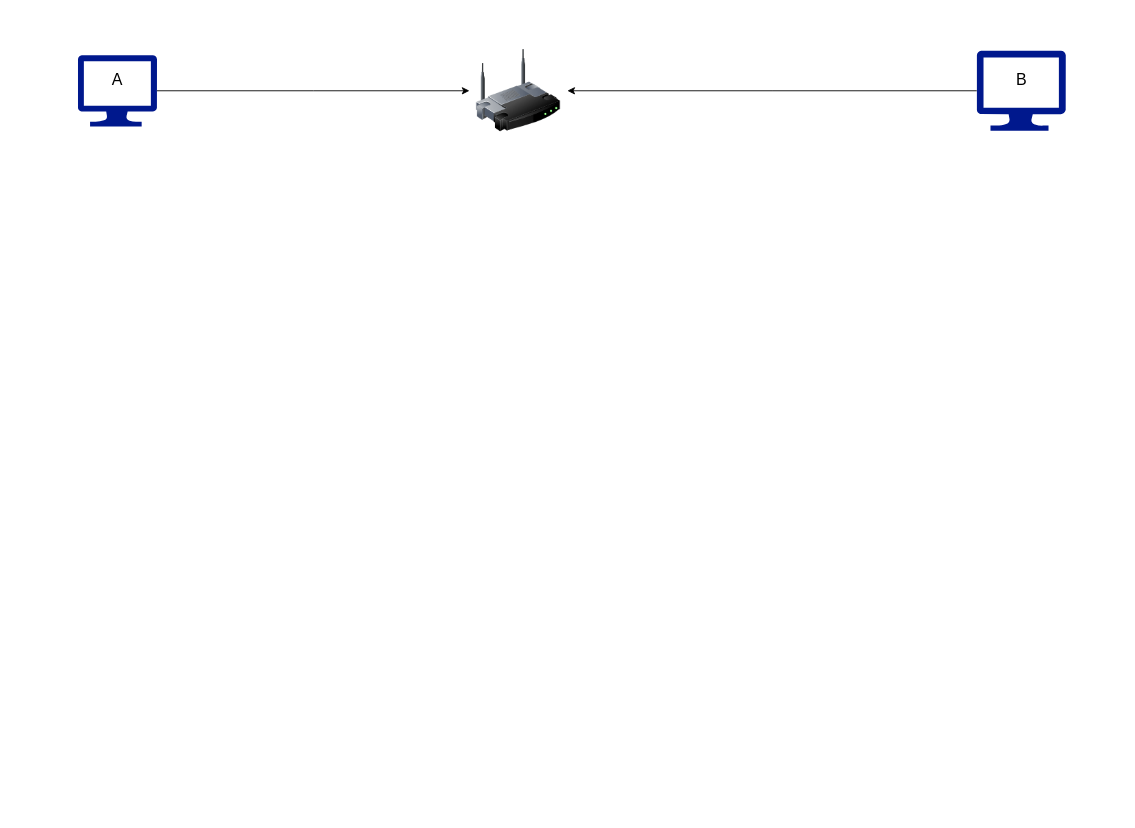
Earlier version of the draw.io diagram 计算机网络04.drawio (mogullzr/DrawPublic). Source tidied: cells renumbered, new cells numbered last; positions are measured from the earlier drawing's top-left corner, leaving out a move shared by most shapes. Both pictures are drawn from the tidied source at 89%, with x=0, y=0 at pixel (77, 49).
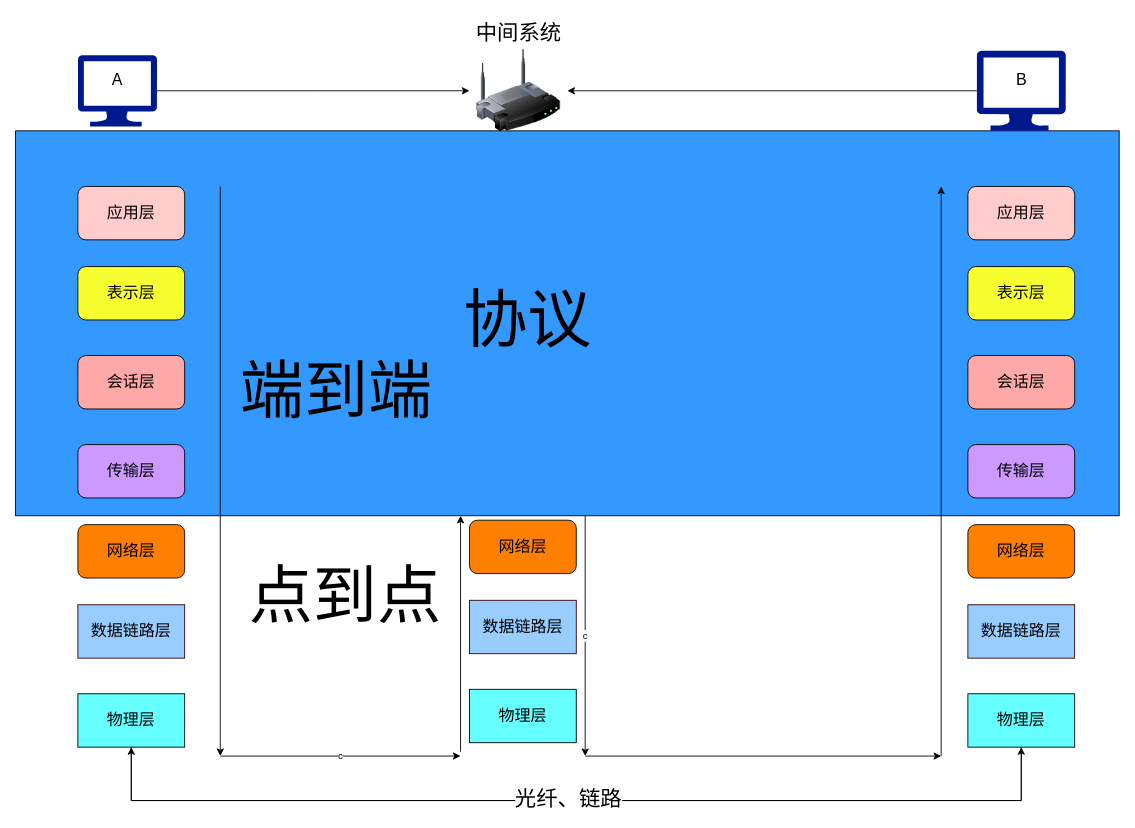
The same page after the edit.

Commit message (it also covers changes not shown here):
更新计算机网络04.drawio

Change to the diagram source:
```diff
@@
+    <mxCell id="9" style="rounded=0;whiteSpace=wrap;html=1;fillColor=#3399FF;" parent="1" vertex="1">
+      <mxGeometry x="-70" y="91.5" width="1240" height="432.5" as="geometry" />
+    </mxCell>
@@
+    <mxCell id="10" value="&lt;font style=&quot;font-size: 24px;&quot;&gt;中间系统&lt;br&gt;&lt;/font&gt;" style="text;html=1;align=center;verticalAlign=middle;strokeColor=none;fillColor=none;" parent="1" vertex="1">
+      <mxGeometry x="435" y="-38.5" width="120" height="40" as="geometry" />
+    </mxCell>
+    <mxCell id="11" style="edgeStyle=orthogonalEdgeStyle;rounded=0;jettySize=auto;html=1;entryX=0.5;entryY=1;entryDx=0;entryDy=0;" parent="1" edge="1" source="12" target="21">
+      <mxGeometry relative="1" as="geometry">
+        <Array as="points">
+          <mxPoint x="1060" y="844" />
+          <mxPoint x="60" y="844" />
+        </Array>
+      </mxGeometry>
+    </mxCell>
+    <mxCell id="12" value="&lt;font style=&quot;font-size: 18px;&quot;&gt;物理层&lt;/font&gt;" style="rounded=0;whiteSpace=wrap;html=1;fillColor=#66FFFF;" parent="1" vertex="1">
+      <mxGeometry x="1000" y="724" width="120" height="60" as="geometry" />
+    </mxCell>
+    <mxCell id="13" value="&lt;font style=&quot;font-size: 18px;&quot;&gt;数据链路层&lt;/font&gt;" style="rounded=0;whiteSpace=wrap;html=1;fillColor=#99CCFF;strokeColor=#330000;" parent="1" vertex="1">
+      <mxGeometry x="1000" y="624" width="120" height="60" as="geometry" />
+    </mxCell>
+    <mxCell id="14" value="&lt;font style=&quot;font-size: 18px;&quot;&gt;网络层&lt;/font&gt;" style="rounded=1;whiteSpace=wrap;html=1;fillColor=#FF8000;" parent="1" vertex="1">
+      <mxGeometry x="1000" y="534" width="120" height="60" as="geometry" />
+    </mxCell>
+    <mxCell id="15" value="&lt;font style=&quot;font-size: 18px;&quot;&gt;传输层&lt;/font&gt;" style="rounded=1;whiteSpace=wrap;html=1;fillColor=#CC99FF;" parent="1" vertex="1">
+      <mxGeometry x="1000" y="444" width="120" height="60" as="geometry" />
+    </mxCell>
+    <mxCell id="16" value="&lt;font style=&quot;font-size: 18px;&quot;&gt;会话层&lt;/font&gt;" style="rounded=1;whiteSpace=wrap;html=1;fillColor=#FFA8A8;" parent="1" vertex="1">
+      <mxGeometry x="1000" y="344" width="120" height="60" as="geometry" />
+    </mxCell>
+    <mxCell id="17" value="&lt;font style=&quot;font-size: 18px;&quot;&gt;表示层&lt;/font&gt;" style="rounded=1;whiteSpace=wrap;html=1;fillColor=#F8FF30;" parent="1" vertex="1">
+      <mxGeometry x="1000" y="244" width="120" height="60" as="geometry" />
+    </mxCell>
+    <mxCell id="18" value="&lt;font style=&quot;font-size: 18px;&quot;&gt;应用层&lt;/font&gt;" style="rounded=1;whiteSpace=wrap;html=1;fillColor=#FFCCCC;" parent="1" vertex="1">
+      <mxGeometry x="1000" y="154" width="120" height="60" as="geometry" />
+    </mxCell>
+    <mxCell id="19" style="edgeStyle=orthogonalEdgeStyle;rounded=0;jettySize=auto;html=1;entryX=0.5;entryY=1;entryDx=0;entryDy=0;" parent="1" edge="1" source="21" target="12">
+      <mxGeometry relative="1" as="geometry">
+        <Array as="points">
+          <mxPoint x="60" y="844" />
+          <mxPoint x="1060" y="844" />
+        </Array>
+      </mxGeometry>
+    </mxCell>
+    <mxCell id="20" value="&lt;font style=&quot;font-size: 24px;&quot;&gt;光纤、链路&lt;/font&gt;" style="edgeLabel;html=1;align=center;verticalAlign=middle;" parent="19" vertex="1">
+      <mxGeometry x="-0.02" y="2" relative="1" as="geometry">
+        <mxPoint x="1" as="offset" />
+      </mxGeometry>
+    </mxCell>
+    <mxCell id="21" value="&lt;font style=&quot;font-size: 18px;&quot;&gt;物理层&lt;/font&gt;" style="rounded=0;whiteSpace=wrap;html=1;fillColor=#66FFFF;" parent="1" vertex="1">
+      <mxGeometry y="724" width="120" height="60" as="geometry" />
+    </mxCell>
+    <mxCell id="22" value="&lt;font style=&quot;font-size: 18px;&quot;&gt;数据链路层&lt;/font&gt;" style="rounded=0;whiteSpace=wrap;html=1;fillColor=#99CCFF;strokeColor=#330000;" parent="1" vertex="1">
+      <mxGeometry y="624" width="120" height="60" as="geometry" />
+    </mxCell>
+    <mxCell id="23" value="&lt;font style=&quot;font-size: 18px;&quot;&gt;网络层&lt;/font&gt;" style="rounded=1;whiteSpace=wrap;html=1;fillColor=#FF8000;" parent="1" vertex="1">
+      <mxGeometry y="534" width="120" height="60" as="geometry" />
+    </mxCell>
+    <mxCell id="24" value="&lt;font style=&quot;font-size: 18px;&quot;&gt;传输层&lt;/font&gt;" style="rounded=1;whiteSpace=wrap;html=1;fillColor=#CC99FF;" parent="1" vertex="1">
+      <mxGeometry y="444" width="120" height="60" as="geometry" />
+    </mxCell>
+    <mxCell id="25" value="&lt;font style=&quot;font-size: 18px;&quot;&gt;会话层&lt;/font&gt;" style="rounded=1;whiteSpace=wrap;html=1;fillColor=#FFA8A8;" parent="1" vertex="1">
+      <mxGeometry y="344" width="120" height="60" as="geometry" />
+    </mxCell>
+    <mxCell id="26" value="&lt;font style=&quot;font-size: 18px;&quot;&gt;表示层&lt;/font&gt;" style="rounded=1;whiteSpace=wrap;html=1;fillColor=#F8FF30;" parent="1" vertex="1">
+      <mxGeometry y="244" width="120" height="60" as="geometry" />
+    </mxCell>
+    <mxCell id="27" value="&lt;font style=&quot;font-size: 18px;&quot;&gt;应用层&lt;/font&gt;" style="rounded=1;whiteSpace=wrap;html=1;fillColor=#FFCCCC;" parent="1" vertex="1">
+      <mxGeometry y="154" width="120" height="60" as="geometry" />
+    </mxCell>
+    <mxCell id="28" value="&lt;font style=&quot;font-size: 18px;&quot;&gt;物理层&lt;/font&gt;" style="rounded=0;whiteSpace=wrap;html=1;fillColor=#66FFFF;" parent="1" vertex="1">
+      <mxGeometry x="440" y="719" width="120" height="60" as="geometry" />
+    </mxCell>
+    <mxCell id="29" value="&lt;font style=&quot;font-size: 18px;&quot;&gt;数据链路层&lt;/font&gt;" style="rounded=0;whiteSpace=wrap;html=1;fillColor=#99CCFF;strokeColor=#330000;" parent="1" vertex="1">
+      <mxGeometry x="440" y="619" width="120" height="60" as="geometry" />
+    </mxCell>
+    <mxCell id="30" value="&lt;font style=&quot;font-size: 18px;&quot;&gt;网络层&lt;/font&gt;" style="rounded=1;whiteSpace=wrap;html=1;fillColor=#FF8000;" parent="1" vertex="1">
+      <mxGeometry x="440" y="529" width="120" height="60" as="geometry" />
+    </mxCell>
+    <mxCell id="31" value="&lt;font style=&quot;font-size: 72px;&quot;&gt;协议&lt;/font&gt;" style="text;html=1;align=center;verticalAlign=middle;strokeColor=none;fillColor=none;" parent="1" vertex="1">
+      <mxGeometry x="420" y="254" width="170" height="100" as="geometry" />
+    </mxCell>
+    <mxCell id="32" style="edgeStyle=none;orthogonalLoop=1;jettySize=auto;html=1;rounded=0;" parent="1" edge="1">
+      <mxGeometry relative="1" as="geometry">
+        <mxPoint x="160" y="154" as="sourcePoint" />
+        <mxPoint x="160" y="794" as="targetPoint" />
+      </mxGeometry>
+    </mxCell>
+    <mxCell id="33" style="edgeStyle=none;orthogonalLoop=1;jettySize=auto;html=1;rounded=0;" parent="1" edge="1">
+      <mxGeometry relative="1" as="geometry">
+        <mxPoint x="970" y="794" as="sourcePoint" />
+        <mxPoint x="970" y="154" as="targetPoint" />
+      </mxGeometry>
+    </mxCell>
+    <mxCell id="34" value="c" style="edgeStyle=none;orthogonalLoop=1;jettySize=auto;html=1;rounded=0;" parent="1" edge="1">
+      <mxGeometry relative="1" as="geometry">
+        <mxPoint x="160" y="794" as="sourcePoint" />
+        <mxPoint x="430" y="794" as="targetPoint" />
+      </mxGeometry>
+    </mxCell>
+    <mxCell id="35" style="edgeStyle=none;orthogonalLoop=1;jettySize=auto;html=1;rounded=0;" parent="1" edge="1">
+      <mxGeometry relative="1" as="geometry">
+        <mxPoint x="430" y="789" as="sourcePoint" />
+        <mxPoint x="430" y="524" as="targetPoint" />
+      </mxGeometry>
+    </mxCell>
+    <mxCell id="36" value="c" style="edgeStyle=none;orthogonalLoop=1;jettySize=auto;html=1;rounded=0;" parent="1" edge="1">
+      <mxGeometry relative="1" as="geometry">
+        <mxPoint x="570" y="524" as="sourcePoint" />
+        <mxPoint x="570" y="794" as="targetPoint" />
+      </mxGeometry>
+    </mxCell>
+    <mxCell id="37" style="edgeStyle=none;orthogonalLoop=1;jettySize=auto;html=1;rounded=0;" parent="1" edge="1">
+      <mxGeometry relative="1" as="geometry">
+        <mxPoint x="570" y="794" as="sourcePoint" />
+        <mxPoint x="970" y="794" as="targetPoint" />
+      </mxGeometry>
+    </mxCell>
+    <mxCell id="38" value="&lt;font style=&quot;font-size: 72px;&quot;&gt;端到端&lt;br&gt;&lt;/font&gt;" style="text;html=1;align=center;verticalAlign=middle;strokeColor=none;fillColor=none;" parent="1" vertex="1">
+      <mxGeometry x="170" y="334" width="240" height="100" as="geometry" />
+    </mxCell>
+    <mxCell id="39" value="&lt;font style=&quot;font-size: 72px;&quot;&gt;点到点&lt;br&gt;&lt;/font&gt;" style="text;html=1;align=center;verticalAlign=middle;strokeColor=none;fillColor=none;" parent="1" vertex="1">
+      <mxGeometry x="180" y="564" width="240" height="100" as="geometry" />
+    </mxCell>
```
